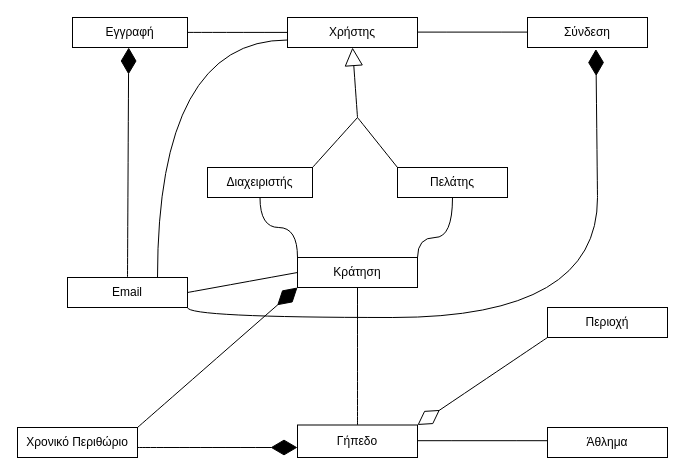
The draw.io diagram αρχικό_uml_softeng.drawio in DimitrisPantelis/project_software_engineering, before the edit. Source tidied: cells renumbered, new cells numbered last; positions are measured from the earlier drawing's top-left corner, leaving out a move shared by most shapes. Both pictures are drawn from the tidied source at 100%, with x=0, y=0 at pixel (17, 17).
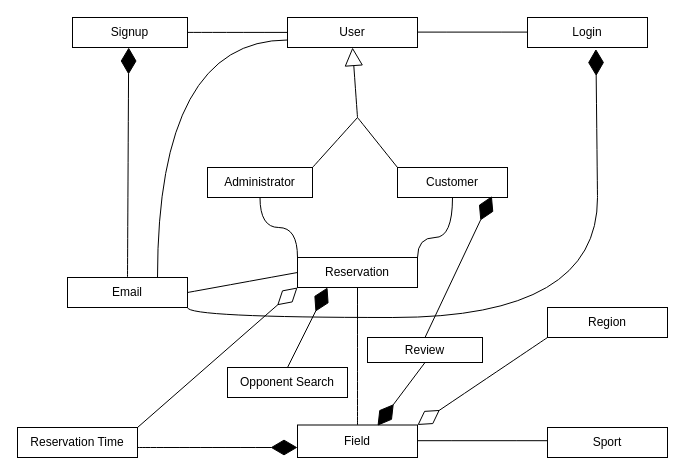
The same diagram, later.

Commit message (it also covers changes not shown here):
Ανανεωμένο UML

What changed in the source:
```diff
@@
-    <mxCell id="2" value="Χρήστης" style="rounded=0;whiteSpace=wrap;html=1;" parent="1" vertex="1">
+    <mxCell id="2" value="User" style="rounded=0;whiteSpace=wrap;html=1;" parent="1" vertex="1">
       <mxGeometry x="270" width="130" height="30" as="geometry" />
     </mxCell>
-    <mxCell id="3" value="Πελάτης" style="rounded=0;whiteSpace=wrap;html=1;" parent="1" vertex="1">
+    <mxCell id="3" value="Customer" style="rounded=0;whiteSpace=wrap;html=1;" parent="1" vertex="1">
       <mxGeometry x="380" y="150" width="110" height="30" as="geometry" />
     </mxCell>
-    <mxCell id="4" value="Διαχειριστής" style="rounded=0;whiteSpace=wrap;html=1;" parent="1" vertex="1">
+    <mxCell id="4" value="Administrator" style="rounded=0;whiteSpace=wrap;html=1;" parent="1" vertex="1">
       <mxGeometry x="190" y="150" width="105" height="30" as="geometry" />
     </mxCell>
-    <mxCell id="5" value="Εγγραφή" style="rounded=0;whiteSpace=wrap;html=1;" parent="1" vertex="1">
+    <mxCell id="5" value="Signup" style="rounded=0;whiteSpace=wrap;html=1;" parent="1" vertex="1">
       <mxGeometry x="55" width="115" height="30" as="geometry" />
     </mxCell>
-    <mxCell id="6" value="Περιοχή" style="rounded=0;whiteSpace=wrap;html=1;" parent="1" vertex="1">
+    <mxCell id="6" value="Region" style="rounded=0;whiteSpace=wrap;html=1;" parent="1" vertex="1">
       <mxGeometry x="530" y="290" width="120" height="30" as="geometry" />
     </mxCell>
-    <mxCell id="7" value="Σύνδεση" style="rounded=0;whiteSpace=wrap;html=1;" parent="1" vertex="1">
+    <mxCell id="7" value="Login" style="rounded=0;whiteSpace=wrap;html=1;" parent="1" vertex="1">
       <mxGeometry x="510" width="120" height="30" as="geometry" />
     </mxCell>
@@
-    <mxCell id="9" value="Γήπεδο" style="rounded=0;whiteSpace=wrap;html=1;" parent="1" vertex="1">
+    <mxCell id="9" value="Field" style="rounded=0;whiteSpace=wrap;html=1;" parent="1" vertex="1">
       <mxGeometry x="280" y="407.5" width="120" height="32.5" as="geometry" />
     </mxCell>
@@
-    <mxCell id="11" value="Άθλημα" style="rounded=0;whiteSpace=wrap;html=1;" parent="1" vertex="1">
+    <mxCell id="11" value="Sport" style="rounded=0;whiteSpace=wrap;html=1;" parent="1" vertex="1">
       <mxGeometry x="530" y="410" width="120" height="30" as="geometry" />
     </mxCell>
-    <mxCell id="12" value="Χρονικό Περιθώριο" style="rounded=0;whiteSpace=wrap;html=1;" parent="1" vertex="1">
+    <mxCell id="12" value="Reservation Time" style="rounded=0;whiteSpace=wrap;html=1;" parent="1" vertex="1">
       <mxGeometry y="410" width="120" height="30" as="geometry" />
     </mxCell>
@@
-    <mxCell id="18" value="Κράτηση" style="rounded=0;whiteSpace=wrap;html=1;" parent="1" vertex="1">
+    <mxCell id="18" value="Reservation" style="rounded=0;whiteSpace=wrap;html=1;" parent="1" vertex="1">
       <mxGeometry x="280" y="240" width="120" height="30" as="geometry" />
     </mxCell>
@@
-    <mxCell id="26" style="endArrow=diamondThin;endFill=1;endSize=24;html=1;rounded=0;fontSize=12;curved=1;exitX=1;exitY=0;exitDx=0;exitDy=0;entryX=0;entryY=1;entryDx=0;entryDy=0;" parent="1" edge="1" source="12" target="18">
-      <mxGeometry relative="1" as="geometry" />
-    </mxCell>
@@
+    <mxCell id="31" value="Review" style="rounded=0;whiteSpace=wrap;html=1;" parent="1" vertex="1">
+      <mxGeometry x="350" y="320" width="115" height="25" as="geometry" />
+    </mxCell>
+    <mxCell id="32" value="Opponent Search" style="rounded=0;whiteSpace=wrap;html=1;" parent="1" vertex="1">
+      <mxGeometry x="210" y="350" width="120" height="30" as="geometry" />
+    </mxCell>
+    <mxCell id="26" style="endArrow=diamondThin;endFill=0;endSize=24;html=1;rounded=0;entryX=0;entryY=1;entryDx=0;entryDy=0;exitX=1;exitY=0;exitDx=0;exitDy=0;" parent="1" edge="1" source="12" target="18">
+      <mxGeometry relative="1" as="geometry" />
+    </mxCell>
+    <mxCell id="33" style="endArrow=diamondThin;endFill=1;endSize=24;html=1;rounded=0;exitX=0.5;exitY=1;exitDx=0;exitDy=0;entryX=0.667;entryY=0.022;entryDx=0;entryDy=0;entryPerimeter=0;" parent="1" edge="1" source="31" target="9">
+      <mxGeometry relative="1" as="geometry" />
+    </mxCell>
+    <mxCell id="34" style="endArrow=diamondThin;endFill=1;endSize=24;html=1;rounded=0;exitX=0.5;exitY=0;exitDx=0;exitDy=0;entryX=0.858;entryY=0.953;entryDx=0;entryDy=0;entryPerimeter=0;" parent="1" edge="1" source="31" target="3">
+      <mxGeometry relative="1" as="geometry" />
+    </mxCell>
+    <mxCell id="35" style="endArrow=diamondThin;endFill=1;endSize=24;html=1;rounded=0;exitX=0.5;exitY=0;exitDx=0;exitDy=0;entryX=0.25;entryY=1;entryDx=0;entryDy=0;" parent="1" edge="1" source="32" target="18">
+      <mxGeometry relative="1" as="geometry" />
+    </mxCell>
```
